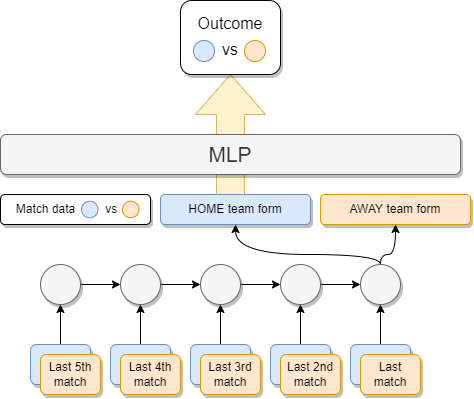
davnig/football-match-results-prediction keeps this draw.io diagram as hybrid/hybrid-architecture.png. Above is the earlier version. Source tidied: cells renumbered, new cells last; positions are measured from the earlier drawing's top-left corner, leaving out a move shared by most shapes.
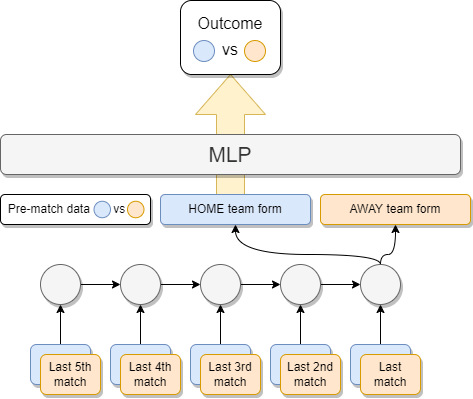
After the change.

Change to the diagram source:
```diff
@@ -99,7 +99,7 @@
     <mxCell id="30" value="AWAY team form" style="rounded=1;whiteSpace=wrap;html=1;fillColor=#ffe6cc;strokeColor=#d79b00;shadow=1;" parent="1" vertex="1">
       <mxGeometry x="320" y="194" width="150" height="30" as="geometry" />
     </mxCell>
-    <mxCell id="31" value="Match data&amp;nbsp; &amp;nbsp; &amp;nbsp; &amp;nbsp; &amp;nbsp;vs&amp;nbsp; &amp;nbsp;" style="rounded=1;whiteSpace=wrap;html=1;shadow=1;spacingLeft=-7;" parent="1" vertex="1">
+    <mxCell id="31" value="Pre-match data&amp;nbsp; &amp;nbsp; &amp;nbsp; &amp;nbsp;vs&amp;nbsp; &amp;nbsp;" style="rounded=1;whiteSpace=wrap;html=1;shadow=1;spacingLeft=-7;" parent="1" vertex="1">
       <mxGeometry y="194" width="150" height="30" as="geometry" />
     </mxCell>
     <mxCell id="32" value="MLP" style="rounded=1;whiteSpace=wrap;html=1;fontSize=21;fillColor=#f5f5f5;fontColor=#333333;strokeColor=#666666;shadow=1;" parent="1" vertex="1">
@@ -115,10 +115,10 @@
       <mxGeometry x="244" y="40" width="21" height="21" as="geometry" />
     </mxCell>
     <mxCell id="36" style="ellipse;whiteSpace=wrap;html=1;rounded=1;shadow=0;fontSize=16;fillColor=#dae8fc;strokeColor=#6c8ebf;" parent="1" vertex="1">
-      <mxGeometry x="81" y="200.8" width="16.5" height="16.5" as="geometry" />
+      <mxGeometry x="93.5" y="200.8" width="16.5" height="16.5" as="geometry" />
     </mxCell>
     <mxCell id="37" style="ellipse;whiteSpace=wrap;html=1;rounded=1;shadow=0;fontSize=16;fillColor=#ffe6cc;strokeColor=#d79b00;" parent="1" vertex="1">
-      <mxGeometry x="122" y="200.8" width="16.5" height="16.5" as="geometry" />
+      <mxGeometry x="127" y="200.8" width="16.5" height="16.5" as="geometry" />
     </mxCell>
   </root>
 </mxGraphModel>
```
